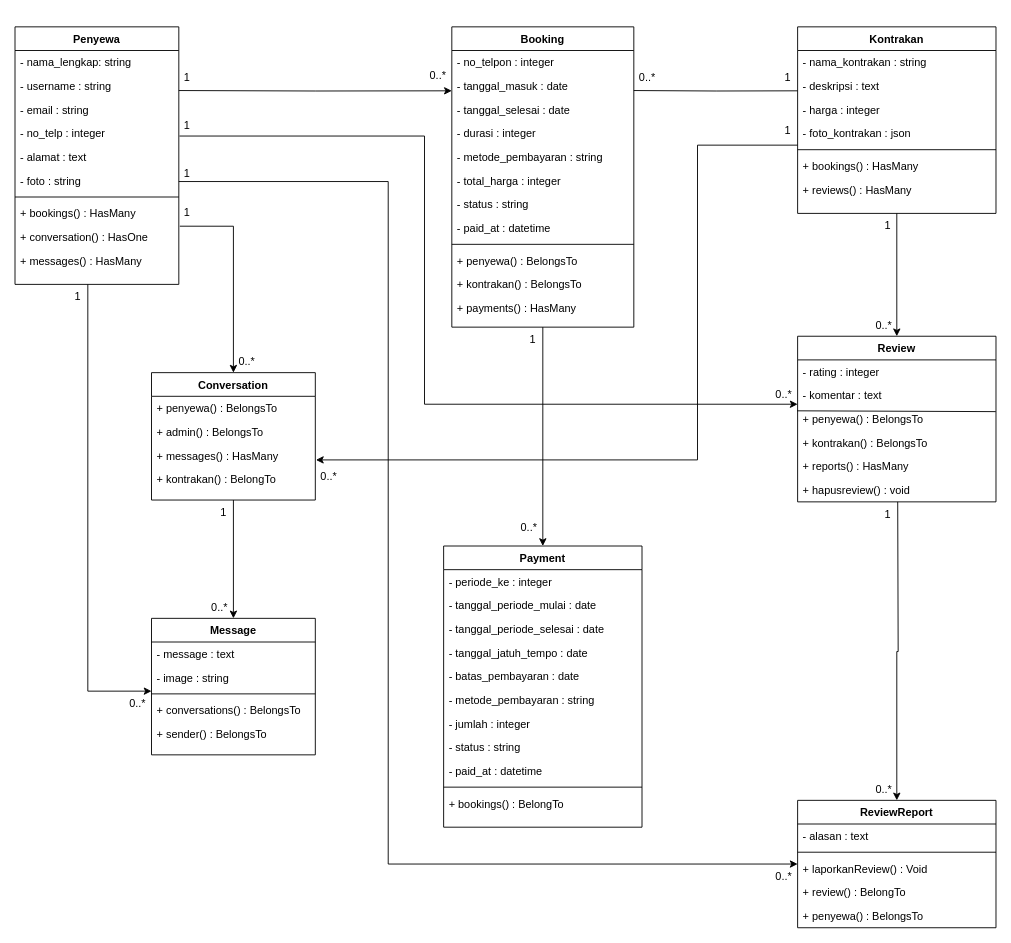
Above: page "class diagram 1" (1 of 2) of Classs Diagram.drawio in rizkyanandakinan23/kontrakan-app_2 (draw.io), before the change. Source tidied: cells renumbered, new cells numbered last; positions are measured from the earlier drawing's top-left corner, leaving out a move shared by most shapes. Both pictures are drawn from the tidied source at 91%, with x=0, y=0 at pixel (15, 26).
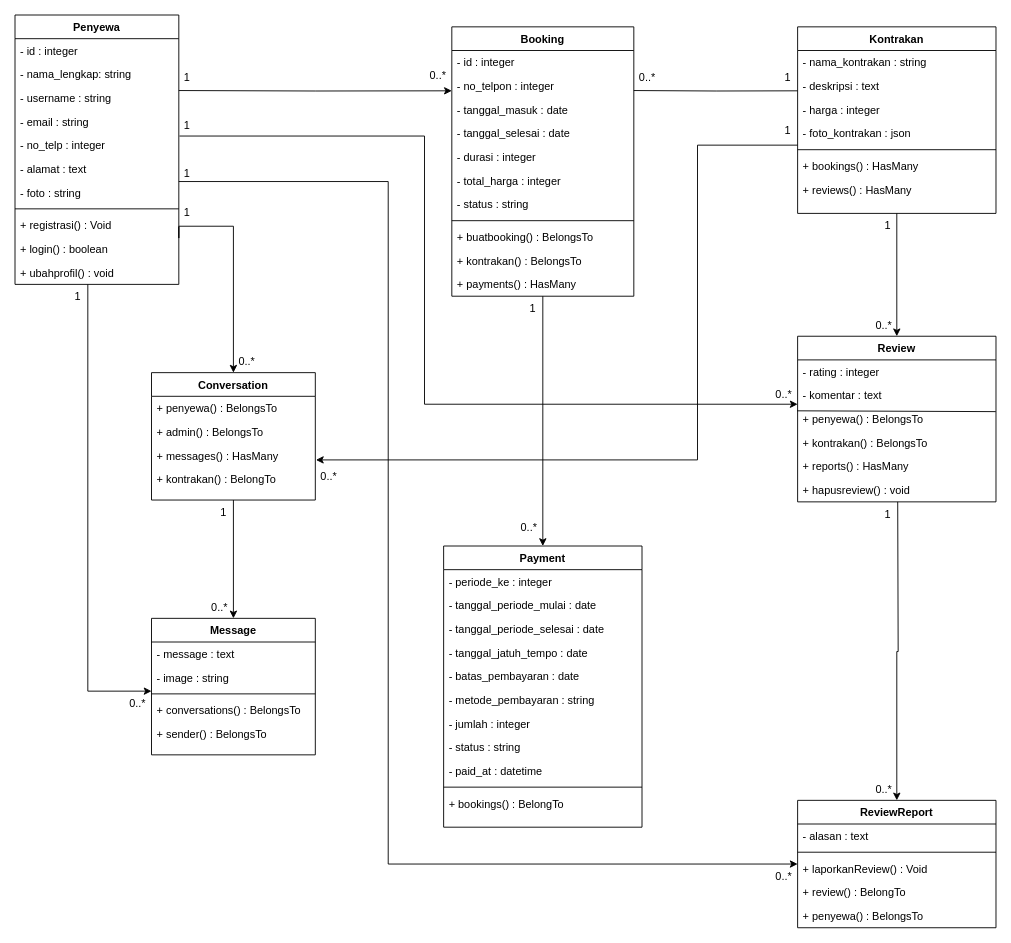
Above is the later version.

What changed in the source:
```diff
@@
     <mxCell id="2" value="Penyewa" style="swimlane;fontStyle=1;align=center;verticalAlign=top;horizontal=1;startSize=26;rounded=0;shadow=0;strokeWidth=1;" parent="1" vertex="1">
-      <mxGeometry width="180" height="283" as="geometry" />
+      <mxGeometry y="-13" width="180" height="296" as="geometry" />
     </mxCell>
+    <mxCell id="104" value="- id : integer" style="text;align=left;verticalAlign=top;spacingLeft=4;spacingRight=4;overflow=hidden;rounded=0;shadow=0;html=0;" parent="2" vertex="1">
+      <mxGeometry y="26" width="180" height="26" as="geometry" />
+    </mxCell>
     <mxCell id="3" value="- nama_lengkap: string" style="text;align=left;verticalAlign=top;spacingLeft=4;spacingRight=4;overflow=hidden;rounded=0;shadow=0;html=0;" parent="2" vertex="1">
-      <mxGeometry y="26" width="180" height="26" as="geometry" />
+      <mxGeometry y="52" width="180" height="26" as="geometry" />
     </mxCell>
     <mxCell id="4" value="- username : string&#10;" style="text;align=left;verticalAlign=top;spacingLeft=4;spacingRight=4;overflow=hidden;rounded=0;shadow=0;html=0;" parent="2" vertex="1">
-      <mxGeometry y="52" width="180" height="26" as="geometry" />
+      <mxGeometry y="78" width="180" height="26" as="geometry" />
     </mxCell>
     <mxCell id="5" value="- email : string&#10;" style="text;align=left;verticalAlign=top;spacingLeft=4;spacingRight=4;overflow=hidden;rounded=0;shadow=0;html=0;" parent="2" vertex="1">
-      <mxGeometry y="78" width="180" height="26" as="geometry" />
+      <mxGeometry y="104" width="180" height="26" as="geometry" />
     </mxCell>
     <mxCell id="6" value="- no_telp : integer&#10;" style="text;align=left;verticalAlign=top;spacingLeft=4;spacingRight=4;overflow=hidden;rounded=0;shadow=0;html=0;" parent="2" vertex="1">
-      <mxGeometry y="104" width="180" height="26" as="geometry" />
+      <mxGeometry y="130" width="180" height="26" as="geometry" />
     </mxCell>
     <mxCell id="7" value="- alamat : text&#10;" style="text;align=left;verticalAlign=top;spacingLeft=4;spacingRight=4;overflow=hidden;rounded=0;shadow=0;html=0;" parent="2" vertex="1">
-      <mxGeometry y="130" width="180" height="26" as="geometry" />
+      <mxGeometry y="156" width="180" height="26" as="geometry" />
     </mxCell>
     <mxCell id="8" value="- foto : string&#10;" style="text;align=left;verticalAlign=top;spacingLeft=4;spacingRight=4;overflow=hidden;rounded=0;shadow=0;html=0;" parent="2" vertex="1">
-      <mxGeometry y="156" width="180" height="26" as="geometry" />
+      <mxGeometry y="182" width="180" height="26" as="geometry" />
     </mxCell>
     <mxCell id="9" style="line;strokeWidth=1;dashed=0;labelPosition=right;align=left;verticalAlign=middle;spacingTop=0;spacingLeft=6;" parent="2" vertex="1">
-      <mxGeometry y="182" width="180" height="10" as="geometry" />
+      <mxGeometry y="208" width="180" height="10" as="geometry" />
     </mxCell>
-    <mxCell id="10" value="+ bookings() : HasMany&#10;" style="text;align=left;verticalAlign=top;spacingLeft=4;spacingRight=4;overflow=hidden;points=[[0,0.5],[1,0.5]];portConstraint=eastwest;rounded=0;shadow=0;html=0;" parent="2" vertex="1">
-      <mxGeometry y="192" width="180" height="26" as="geometry" />
+    <mxCell id="10" value="+ registrasi() : Void&#10;" style="text;align=left;verticalAlign=top;spacingLeft=4;spacingRight=4;overflow=hidden;points=[[0,0.5],[1,0.5]];portConstraint=eastwest;rounded=0;shadow=0;html=0;" parent="2" vertex="1">
+      <mxGeometry y="218" width="180" height="26" as="geometry" />
     </mxCell>
-    <mxCell id="11" value="+ conversation() : HasOne" style="text;align=left;verticalAlign=top;spacingLeft=4;spacingRight=4;overflow=hidden;rounded=0;shadow=0;html=0;" parent="2" vertex="1">
-      <mxGeometry y="218" width="180" height="26" as="geometry" />
+    <mxCell id="11" value="+ login() : boolean" style="text;align=left;verticalAlign=top;spacingLeft=4;spacingRight=4;overflow=hidden;rounded=0;shadow=0;html=0;" parent="2" vertex="1">
+      <mxGeometry y="244" width="180" height="26" as="geometry" />
     </mxCell>
-    <mxCell id="12" value="+ messages() : HasMany" style="text;align=left;verticalAlign=top;spacingLeft=4;spacingRight=4;overflow=hidden;rounded=0;shadow=0;html=0;" parent="2" vertex="1">
-      <mxGeometry y="244" width="180" height="26" as="geometry" />
+    <mxCell id="12" value="+ ubahprofil() : void" style="text;align=left;verticalAlign=top;spacingLeft=4;spacingRight=4;overflow=hidden;rounded=0;shadow=0;html=0;" parent="2" vertex="1">
+      <mxGeometry y="270" width="180" height="26" as="geometry" />
     </mxCell>
@@
     <mxCell id="14" value="Booking" style="swimlane;fontStyle=1;align=center;verticalAlign=top;horizontal=1;startSize=26;rounded=0;shadow=0;strokeWidth=1;" parent="1" vertex="1">
-      <mxGeometry x="480" width="200" height="330" as="geometry" />
+      <mxGeometry x="480" width="200" height="296" as="geometry" />
     </mxCell>
-    <mxCell id="15" value="- no_telpon : integer" style="text;align=left;verticalAlign=top;spacingLeft=4;spacingRight=4;overflow=hidden;rounded=0;shadow=0;html=0;" parent="14" vertex="1">
+    <mxCell id="15" value="- id : integer" style="text;align=left;verticalAlign=top;spacingLeft=4;spacingRight=4;overflow=hidden;rounded=0;shadow=0;html=0;" parent="14" vertex="1">
       <mxGeometry y="26" width="200" height="26" as="geometry" />
     </mxCell>
+    <mxCell id="105" value="- no_telpon : integer" style="text;align=left;verticalAlign=top;spacingLeft=4;spacingRight=4;overflow=hidden;rounded=0;shadow=0;html=0;" parent="14" vertex="1">
+      <mxGeometry y="52" width="200" height="26" as="geometry" />
+    </mxCell>
     <mxCell id="16" value="- tanggal_masuk : date&#10;" style="text;align=left;verticalAlign=top;spacingLeft=4;spacingRight=4;overflow=hidden;rounded=0;shadow=0;html=0;" parent="14" vertex="1">
-      <mxGeometry y="52" width="200" height="26" as="geometry" />
+      <mxGeometry y="78" width="200" height="26" as="geometry" />
     </mxCell>
     <mxCell id="17" value="- tanggal_selesai : date" style="text;align=left;verticalAlign=top;spacingLeft=4;spacingRight=4;overflow=hidden;rounded=0;shadow=0;html=0;" parent="14" vertex="1">
-      <mxGeometry y="78" width="200" height="26" as="geometry" />
+      <mxGeometry y="104" width="200" height="26" as="geometry" />
     </mxCell>
     <mxCell id="18" value="- durasi : integer" style="text;align=left;verticalAlign=top;spacingLeft=4;spacingRight=4;overflow=hidden;rounded=0;shadow=0;html=0;" parent="14" vertex="1">
-      <mxGeometry y="104" width="200" height="26" as="geometry" />
+      <mxGeometry y="130" width="200" height="26" as="geometry" />
     </mxCell>
-    <mxCell id="19" value="- metode_pembayaran : string" style="text;align=left;verticalAlign=top;spacingLeft=4;spacingRight=4;overflow=hidden;rounded=0;shadow=0;html=0;" parent="14" vertex="1">
-      <mxGeometry y="130" width="200" height="26" as="geometry" />
-    </mxCell>
@@
-    <mxCell id="22" value="- paid_at : datetime" style="text;align=left;verticalAlign=top;spacingLeft=4;spacingRight=4;overflow=hidden;rounded=0;shadow=0;html=0;" parent="14" vertex="1">
-      <mxGeometry y="208" width="200" height="26" as="geometry" />
-    </mxCell>
     <mxCell id="23" style="line;strokeWidth=1;dashed=0;labelPosition=right;align=left;verticalAlign=middle;spacingTop=0;spacingLeft=6;" parent="14" vertex="1">
-      <mxGeometry y="234" width="200" height="10" as="geometry" />
+      <mxGeometry y="208" width="200" height="10" as="geometry" />
     </mxCell>
-    <mxCell id="24" value="+ penyewa() : BelongsTo&#10;" style="text;align=left;verticalAlign=top;spacingLeft=4;spacingRight=4;overflow=hidden;rounded=0;shadow=0;html=0;" parent="14" vertex="1">
-      <mxGeometry y="244" width="200" height="26" as="geometry" />
+    <mxCell id="24" value="+ buatbooking() : BelongsTo&#10;" style="text;align=left;verticalAlign=top;spacingLeft=4;spacingRight=4;overflow=hidden;rounded=0;shadow=0;html=0;" parent="14" vertex="1">
+      <mxGeometry y="218" width="200" height="26" as="geometry" />
     </mxCell>
     <mxCell id="25" value="+ kontrakan() : BelongsTo" style="text;align=left;verticalAlign=top;spacingLeft=4;spacingRight=4;overflow=hidden;rounded=0;shadow=0;html=0;" parent="14" vertex="1">
-      <mxGeometry y="270" width="200" height="26" as="geometry" />
+      <mxGeometry y="244" width="200" height="26" as="geometry" />
     </mxCell>
     <mxCell id="26" value="+ payments() : HasMany" style="text;align=left;verticalAlign=top;spacingLeft=4;spacingRight=4;overflow=hidden;rounded=0;shadow=0;html=0;" parent="14" vertex="1">
-      <mxGeometry y="296" width="200" height="26" as="geometry" />
+      <mxGeometry y="270" width="200" height="26" as="geometry" />
     </mxCell>
@@
-    <mxCell id="77" style="edgeStyle=orthogonalEdgeStyle;rounded=0;jettySize=auto;html=1;exitX=1.006;exitY=1.041;exitDx=0;exitDy=0;exitPerimeter=0;" parent="1" edge="1" source="10">
+    <mxCell id="77" style="edgeStyle=orthogonalEdgeStyle;rounded=0;orthogonalLoop=1;jettySize=auto;html=1;" parent="1" edge="1">
       <mxGeometry relative="1" as="geometry">
+        <mxPoint x="180" y="220" as="sourcePoint" />
         <mxPoint x="240" y="380" as="targetPoint" />
         <Array as="points">
+          <mxPoint x="180" y="232.1" />
+          <mxPoint x="180" y="219.1" />
           <mxPoint x="240" y="219.1" />
         </Array>
       </mxGeometry>
     </mxCell>
@@
     <mxCell id="89" value="1" style="text;align=left;verticalAlign=top;spacingLeft=4;spacingRight=4;overflow=hidden;rounded=0;shadow=0;html=0;" parent="1" vertex="1">
-      <mxGeometry x="560" y="330" width="20" height="26" as="geometry" />
+      <mxGeometry x="560" y="296" width="20" height="26" as="geometry" />
     </mxCell>
```
